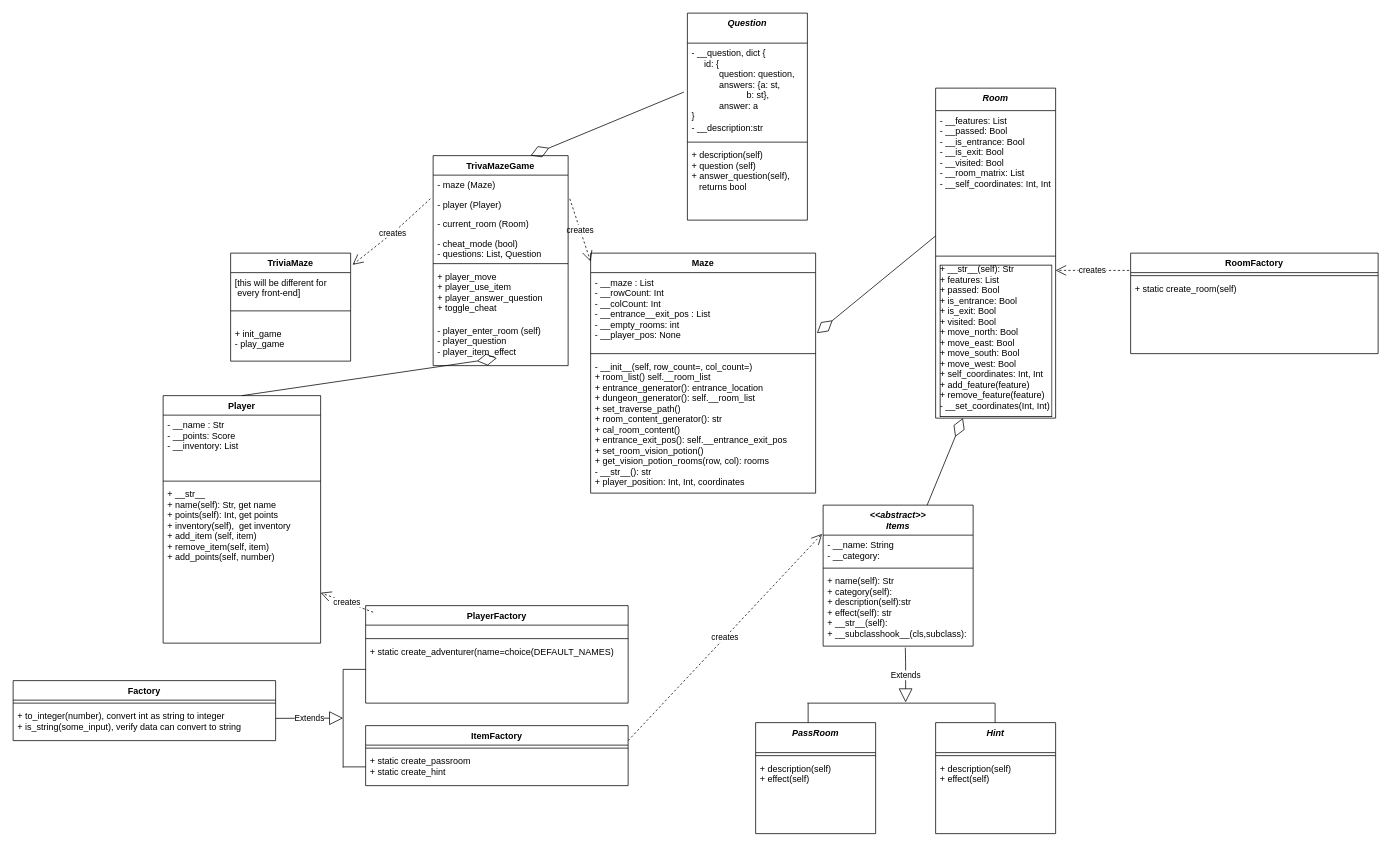
This is documentation/trivia_maze_UML.drawio from rclarkmorrow/trivia_maze, a draw.io file, before an edit. Source tidied: cells renumbered, new cells numbered last; positions are measured from the earlier drawing's top-left corner, leaving out a move shared by most shapes. Both pictures are drawn from the tidied source at 75%, with x=0, y=0 at pixel (13, 13).
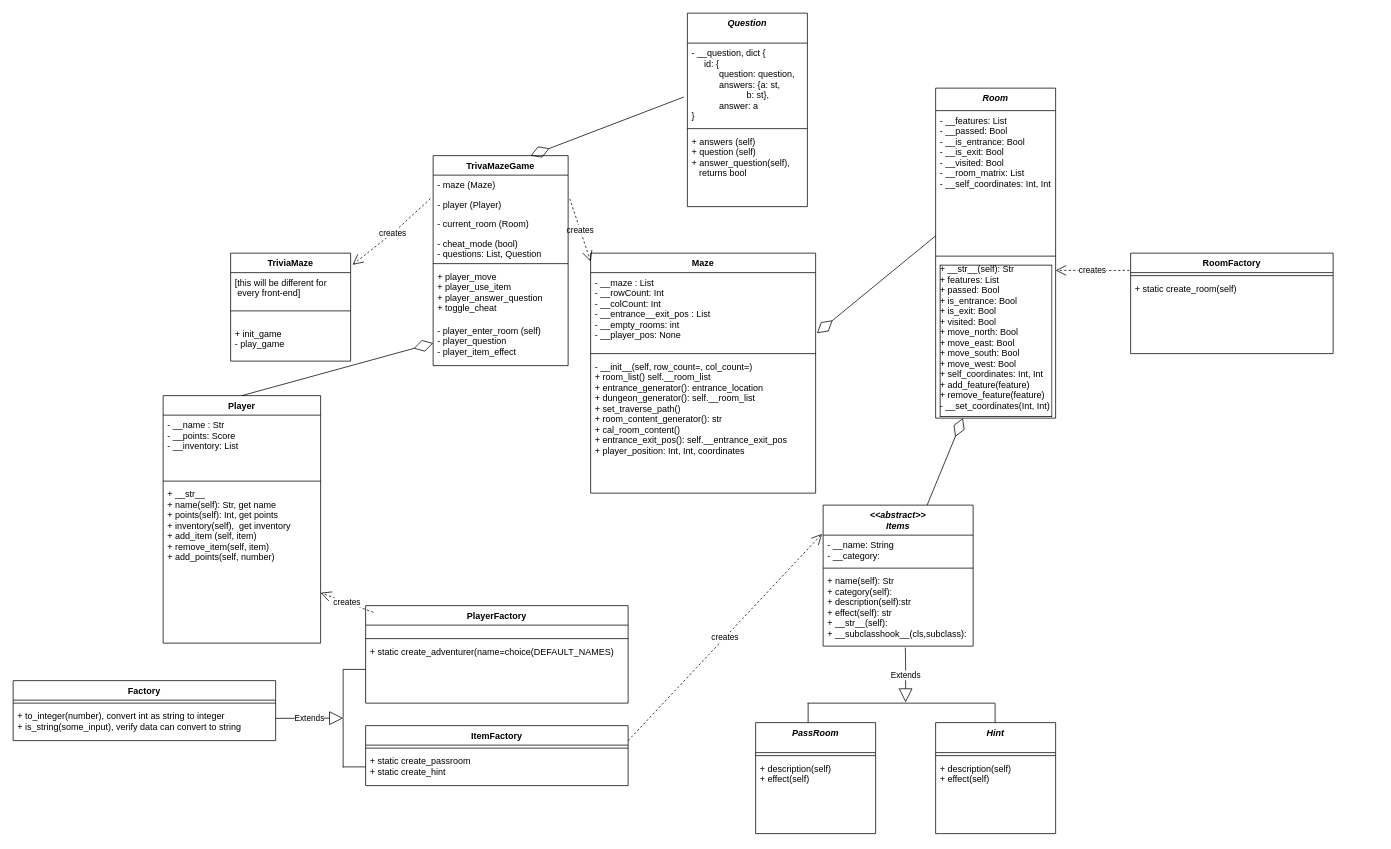
The same diagram, later.

The change refers to these unchanged cells:
```xml
<mxCell id="2" value="Maze" style="swimlane;fontStyle=1;align=center;verticalAlign=top;horizontal=1;startSize=26;" parent="1" vertex="1">
  <mxGeometry x="770" y="320" width="300" height="320" as="geometry" />
</mxCell>
<mxCell id="43" value="Player" style="swimlane;fontStyle=1;align=center;verticalAlign=top;horizontal=1;startSize=26;" parent="1" vertex="1">
  <mxGeometry x="200" y="510" width="210" height="330" as="geometry" />
</mxCell>
<mxCell id="62" value="- player_enter_room (self)&#10;- player_question&#10;- player_item_effect&#10;" style="text;strokeColor=none;fillColor=none;align=left;verticalAlign=top;spacingLeft=4;spacingRight=4;overflow=hidden;points=[[0,0.5],[1,0.5]];portConstraint=eastwest;" parent="55" vertex="1">
  <mxGeometry y="220" width="180" height="60" as="geometry" />
</mxCell>
```

What changed in the source:
```diff
@@
-    <mxCell id="5" value="- __init__(self, row_count=, col_count=)&#10;+ room_list() self.__room_list&#10;+ entrance_generator(): entrance_location&#10;+ dungeon_generator(): self.__room_list&#10;+ set_traverse_path()&#10;+ room_content_generator(): str&#10;+ cal_room_content()&#10;+ entrance_exit_pos(): self.__entrance_exit_pos&#10;+ set_room_vision_potion()&#10;+ get_vision_potion_rooms(row, col): rooms&#10;- __str__(): str&#10;+ player_position: Int, Int, coordinates" style="text;strokeColor=none;fillColor=none;align=left;verticalAlign=top;spacingLeft=4;spacingRight=4;overflow=hidden;" parent="2" vertex="1">
+    <mxCell id="5" value="- __init__(self, row_count=, col_count=)&#10;+ room_list() self.__room_list&#10;+ entrance_generator(): entrance_location&#10;+ dungeon_generator(): self.__room_list&#10;+ set_traverse_path()&#10;+ room_content_generator(): str&#10;+ cal_room_content()&#10;+ entrance_exit_pos(): self.__entrance_exit_pos&#10;+ player_position: Int, Int, coordinates" style="text;strokeColor=none;fillColor=none;align=left;verticalAlign=top;spacingLeft=4;spacingRight=4;overflow=hidden;" parent="2" vertex="1">
       <mxGeometry y="138" width="300" height="182" as="geometry" />
     </mxCell>
@@
     <mxCell id="10" value="RoomFactory" style="swimlane;fontStyle=1;align=center;verticalAlign=top;horizontal=1;startSize=26;" parent="1" vertex="1">
-      <mxGeometry x="1490" y="320" width="330" height="134" as="geometry" />
+      <mxGeometry x="1490" y="320" width="270" height="134" as="geometry" />
     </mxCell>
     <mxCell id="11" style="line;strokeWidth=1;fillColor=none;align=left;verticalAlign=middle;spacingTop=-1;spacingLeft=3;spacingRight=3;labelPosition=right;" parent="10" vertex="1">
-      <mxGeometry y="26" width="330" height="8" as="geometry" />
+      <mxGeometry y="26" width="270" height="8" as="geometry" />
     </mxCell>
     <mxCell id="12" value="+ static create_room(self)&#10;" style="text;strokeColor=none;fillColor=none;align=left;verticalAlign=top;spacingLeft=4;spacingRight=4;overflow=hidden;" parent="10" vertex="1">
-      <mxGeometry y="34" width="330" height="100" as="geometry" />
+      <mxGeometry y="34" width="270" height="100" as="geometry" />
     </mxCell>
@@
     <mxCell id="21" value="Question" style="swimlane;fontStyle=3;align=center;verticalAlign=top;horizontal=1;startSize=40;" parent="1" vertex="1">
-      <mxGeometry x="899" width="160" height="276" as="geometry" />
+      <mxGeometry x="899" width="160" height="258" as="geometry" />
     </mxCell>
     <mxCell id="22" value="- __question, dict {&#10;     id: {&#10;           question: question,&#10;           answers: {a: st,&#10;                      b: st},&#10;           answer: a&#10;}" style="text;strokeColor=none;fillColor=none;align=left;verticalAlign=top;spacingLeft=4;spacingRight=4;overflow=hidden;points=[[0,0.5],[1,0.5]];portConstraint=eastwest;" parent="21" vertex="1">
-      <mxGeometry y="40" width="160" height="100" as="geometry" />
+      <mxGeometry y="40" width="160" height="110" as="geometry" />
     </mxCell>
-    <mxCell id="23" value="- __description:str" style="text;strokeColor=none;fillColor=none;align=left;verticalAlign=top;spacingLeft=4;spacingRight=4;overflow=hidden;" parent="21" vertex="1">
-      <mxGeometry y="140" width="160" height="28" as="geometry" />
-    </mxCell>
     <mxCell id="24" style="line;strokeWidth=1;fillColor=none;align=left;verticalAlign=middle;spacingTop=-1;spacingLeft=3;spacingRight=3;labelPosition=right;" parent="21" vertex="1">
-      <mxGeometry y="168" width="160" height="8" as="geometry" />
+      <mxGeometry y="150" width="160" height="8" as="geometry" />
     </mxCell>
-    <mxCell id="25" value="+ description(self)&#10;+ question (self)&#10;+ answer_question(self),&#10;   returns bool" style="text;strokeColor=none;fillColor=none;align=left;verticalAlign=top;spacingLeft=4;spacingRight=4;overflow=hidden;" parent="21" vertex="1">
-      <mxGeometry y="176" width="160" height="100" as="geometry" />
+    <mxCell id="25" value="+ answers (self)&#10;+ question (self)&#10;+ answer_question(self),&#10;   returns bool" style="text;strokeColor=none;fillColor=none;align=left;verticalAlign=top;spacingLeft=4;spacingRight=4;overflow=hidden;" parent="21" vertex="1">
+      <mxGeometry y="158" width="160" height="100" as="geometry" />
     </mxCell>
@@
-    <mxCell id="54" style="endArrow=diamondThin;endFill=0;endSize=24;html=1;exitX=0.5;exitY=0;exitDx=0;exitDy=0;" parent="1" edge="1" source="43">
-      <mxGeometry relative="1" as="geometry">
-        <mxPoint x="645" y="460" as="targetPoint" />
-      </mxGeometry>
+    <mxCell id="54" style="endArrow=diamondThin;endFill=0;endSize=24;html=1;exitX=0.5;exitY=0;exitDx=0;exitDy=0;entryX=0;entryY=0.5;entryDx=0;entryDy=0;" parent="1" edge="1" source="43" target="62">
+      <mxGeometry relative="1" as="geometry" />
     </mxCell>
```
